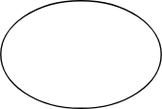
Earlier version of the draw.io export draw.drawio.svg (zfeofantov2020/finalwork-15-11). Source tidied: cells renumbered, new cells last; positions are measured from the earlier drawing's top-left corner, leaving out a move shared by most shapes. Source of this version:
```xml
<mxGraphModel>
  <root>
    <mxCell id="0" />
    <mxCell id="1" parent="0" />
    <mxCell id="2" style="ellipse;whiteSpace=wrap;html=1;" parent="1" vertex="1">
      <mxGeometry width="120" height="80" as="geometry" />
    </mxCell>
  </root>
</mxGraphModel>
```
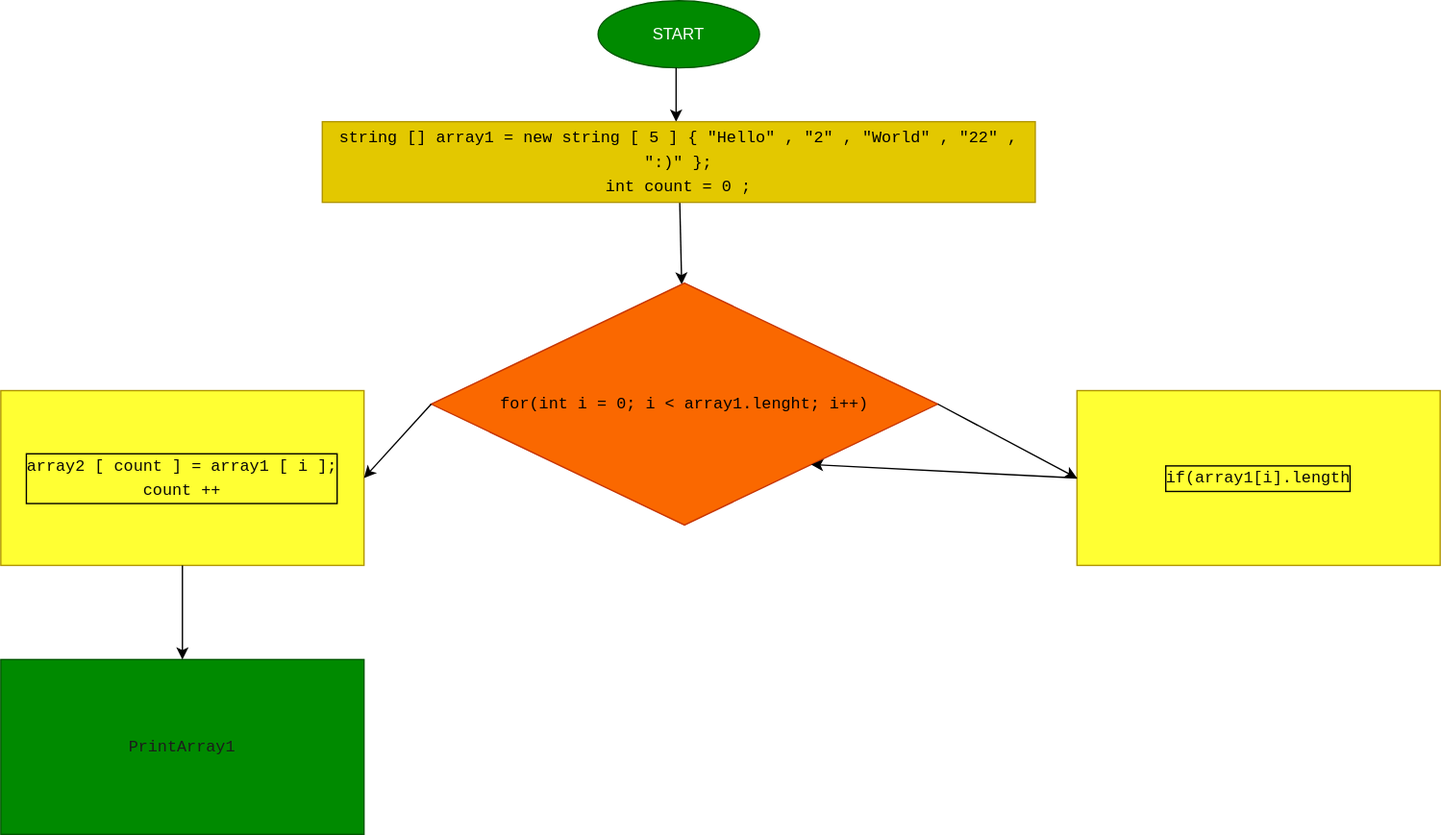
Later version of the same file.

What changed in the source:
```diff
@@ -2,8 +2,50 @@
   <root>
     <mxCell id="0" />
     <mxCell id="1" parent="0" />
-    <mxCell id="2" style="ellipse;whiteSpace=wrap;html=1;" parent="1" vertex="1">
-      <mxGeometry width="120" height="80" as="geometry" />
+    <mxCell id="2" value="START" style="ellipse;whiteSpace=wrap;html=1;fillColor=#008a00;fontColor=#ffffff;strokeColor=#005700;" parent="1" vertex="1">
+      <mxGeometry width="120" height="50" as="geometry" />
     </mxCell>
+    <mxCell id="3" style="endArrow=classic;html=1;" parent="1" edge="1">
+      <mxGeometry relative="1" as="geometry">
+        <mxPoint x="58" y="50" as="sourcePoint" />
+        <mxPoint x="58" y="90" as="targetPoint" />
+      </mxGeometry>
+    </mxCell>
+    <mxCell id="4" style="edgeStyle=none;html=1;fontColor=#0A0A0A;" parent="1" edge="1" source="5" target="6">
+      <mxGeometry relative="1" as="geometry" />
+    </mxCell>
+    <mxCell id="5" value="&lt;div style=&quot;font-family: menlo, monaco, &amp;quot;courier new&amp;quot;, monospace; font-weight: normal; font-size: 12px; line-height: 18px;&quot;&gt;&lt;div&gt;&lt;span style=&quot;&quot;&gt;string&lt;/span&gt;&lt;span style=&quot;&quot;&gt;[] &lt;/span&gt;&lt;span style=&quot;&quot;&gt;array1&lt;/span&gt;&lt;span style=&quot;&quot;&gt; &lt;/span&gt;&lt;span style=&quot;&quot;&gt;=&lt;/span&gt;&lt;span style=&quot;&quot;&gt; &lt;/span&gt;&lt;span style=&quot;&quot;&gt;new&lt;/span&gt;&lt;span style=&quot;&quot;&gt; &lt;/span&gt;&lt;span style=&quot;&quot;&gt;string&lt;/span&gt;&lt;span style=&quot;&quot;&gt;[&lt;/span&gt;&lt;span style=&quot;&quot;&gt;5&lt;/span&gt;&lt;span style=&quot;&quot;&gt;] {&lt;/span&gt;&lt;span style=&quot;&quot;&gt;&quot;Hello&quot;&lt;/span&gt;&lt;span style=&quot;&quot;&gt;, &lt;/span&gt;&lt;span style=&quot;&quot;&gt;&quot;2&quot;&lt;/span&gt;&lt;span style=&quot;&quot;&gt;, &lt;/span&gt;&lt;span style=&quot;&quot;&gt;&quot;World&quot;&lt;/span&gt;&lt;span style=&quot;&quot;&gt;, &lt;/span&gt;&lt;span style=&quot;&quot;&gt;&quot;22&quot;&lt;/span&gt;&lt;span style=&quot;&quot;&gt;, &lt;/span&gt;&lt;span style=&quot;&quot;&gt;&quot;:)&quot;&lt;/span&gt;&lt;span style=&quot;&quot;&gt;};&lt;/span&gt;&lt;/div&gt;&lt;div&gt;&lt;div style=&quot;font-family: &amp;quot;menlo&amp;quot; , &amp;quot;monaco&amp;quot; , &amp;quot;courier new&amp;quot; , monospace ; line-height: 18px&quot;&gt;&lt;span style=&quot;&quot;&gt;int&lt;/span&gt; &lt;span style=&quot;&quot;&gt;count&lt;/span&gt; = &lt;span style=&quot;&quot;&gt;0&lt;/span&gt;;&lt;/div&gt;&lt;/div&gt;&lt;/div&gt;" style="rounded=0;whiteSpace=wrap;html=1;fillColor=#e3c800;fontColor=#000000;strokeColor=#B09500;labelBorderColor=none;labelBackgroundColor=none;" parent="1" vertex="1">
+      <mxGeometry x="-205" y="90" width="530" height="60" as="geometry" />
+    </mxCell>
+    <mxCell id="6" value="&lt;div style=&quot;font-family: &amp;#34;menlo&amp;#34; , &amp;#34;monaco&amp;#34; , &amp;#34;courier new&amp;#34; , monospace ; line-height: 18px&quot;&gt;for(int i = 0; i &amp;lt; array1.lenght; i++)&amp;nbsp;&lt;/div&gt;" style="rhombus;whiteSpace=wrap;html=1;labelBackgroundColor=none;labelBorderColor=none;fontColor=#000000;fillColor=#fa6800;strokeColor=#C73500;" parent="1" vertex="1">
+      <mxGeometry x="-124" y="210" width="376.5" height="180" as="geometry" />
+    </mxCell>
+    <mxCell id="7" value="&lt;div style=&quot;font-family: &amp;quot;menlo&amp;quot; , &amp;quot;monaco&amp;quot; , &amp;quot;courier new&amp;quot; , monospace ; line-height: 18px&quot;&gt;&lt;span&gt;array2&lt;/span&gt;[&lt;span&gt;count&lt;/span&gt;] = &lt;span&gt;array1&lt;/span&gt;[&lt;span&gt;i&lt;/span&gt;];&lt;/div&gt;&lt;div style=&quot;font-family: &amp;quot;menlo&amp;quot; , &amp;quot;monaco&amp;quot; , &amp;quot;courier new&amp;quot; , monospace ; line-height: 18px&quot;&gt;&lt;div style=&quot;font-family: menlo, monaco, &amp;quot;courier new&amp;quot;, monospace; line-height: 18px;&quot;&gt; &lt;span style=&quot;&quot;&gt;count&lt;/span&gt;++&lt;/div&gt;&lt;/div&gt;" style="rounded=0;whiteSpace=wrap;html=1;labelBackgroundColor=none;labelBorderColor=default;fontSize=12;fontColor=#080808;fillColor=#FFFF33;strokeColor=#B09500;" parent="1" vertex="1">
+      <mxGeometry x="-444" y="290" width="270" height="130" as="geometry" />
+    </mxCell>
+    <mxCell id="8" style="endArrow=classic;html=1;fontSize=12;fontColor=default;entryX=1;entryY=0.5;entryDx=0;entryDy=0;exitX=0;exitY=0.5;exitDx=0;exitDy=0;" parent="1" edge="1" source="6" target="7">
+      <mxGeometry relative="1" as="geometry" />
+    </mxCell>
+    <mxCell id="9" value="&lt;font style=&quot;font-size: 31px&quot; color=&quot;#ffffff&quot;&gt;&lt;b&gt;i &amp;lt;= 2&lt;/b&gt;&lt;/font&gt;" style="text;html=1;strokeColor=none;fillColor=none;align=center;verticalAlign=middle;whiteSpace=wrap;rounded=0;labelBackgroundColor=none;labelBorderColor=none;fontSize=27;fontColor=default;" parent="1" vertex="1">
+      <mxGeometry x="-264" y="220" width="160" height="70" as="geometry" />
+    </mxCell>
+    <mxCell id="10" value="&lt;div style=&quot;font-family: &amp;#34;menlo&amp;#34; , &amp;#34;monaco&amp;#34; , &amp;#34;courier new&amp;#34; , monospace ; line-height: 18px&quot;&gt;if(array1[i].length&lt;/div&gt;" style="rounded=0;whiteSpace=wrap;html=1;labelBackgroundColor=none;labelBorderColor=default;fontSize=12;fontColor=#080808;fillColor=#FFFF33;strokeColor=#B09500;" parent="1" vertex="1">
+      <mxGeometry x="356" y="290" width="270" height="130" as="geometry" />
+    </mxCell>
+    <mxCell id="11" value="&lt;font style=&quot;font-size: 31px&quot; color=&quot;#ffffff&quot;&gt;&lt;b&gt;i =&amp;gt; 2&lt;/b&gt;&lt;/font&gt;" style="text;html=1;strokeColor=none;fillColor=none;align=center;verticalAlign=middle;whiteSpace=wrap;rounded=0;labelBackgroundColor=none;labelBorderColor=none;fontSize=27;fontColor=default;" parent="1" vertex="1">
+      <mxGeometry x="226" y="240" width="180" height="65" as="geometry" />
+    </mxCell>
+    <mxCell id="12" style="endArrow=classic;html=1;fontSize=31;fontColor=#000000;exitX=0;exitY=0.5;exitDx=0;exitDy=0;entryX=1;entryY=1;entryDx=0;entryDy=0;" parent="1" edge="1" source="10" target="6">
+      <mxGeometry relative="1" as="geometry" />
+    </mxCell>
+    <mxCell id="13" value="&lt;div style=&quot;font-family: &amp;quot;menlo&amp;quot; , &amp;quot;monaco&amp;quot; , &amp;quot;courier new&amp;quot; , monospace ; line-height: 18px&quot;&gt;&lt;div style=&quot;font-family: menlo, monaco, &amp;quot;courier new&amp;quot;, monospace; line-height: 18px;&quot;&gt;&lt;span style=&quot;&quot;&gt;PrintArray1&lt;/span&gt;&lt;/div&gt;&lt;/div&gt;" style="rounded=0;whiteSpace=wrap;html=1;labelBackgroundColor=none;labelBorderColor=none;fontSize=12;fontColor=#1C1C1C;fillColor=#008a00;strokeColor=#005700;" parent="1" vertex="1">
+      <mxGeometry x="-444" y="490" width="270" height="130" as="geometry" />
+    </mxCell>
+    <mxCell id="14" style="endArrow=classic;html=1;fontSize=31;fontColor=#000000;exitX=0.5;exitY=1;exitDx=0;exitDy=0;entryX=0.5;entryY=0;entryDx=0;entryDy=0;" parent="1" edge="1" source="7" target="13">
+      <mxGeometry relative="1" as="geometry" />
+    </mxCell>
+    <mxCell id="15" style="endArrow=classic;html=1;fontSize=31;fontColor=#1C1C1C;exitX=1;exitY=0.5;exitDx=0;exitDy=0;entryX=0;entryY=0.5;entryDx=0;entryDy=0;" parent="1" edge="1" source="6" target="10">
+      <mxGeometry relative="1" as="geometry" />
+    </mxCell>
   </root>
 </mxGraphModel>
```
